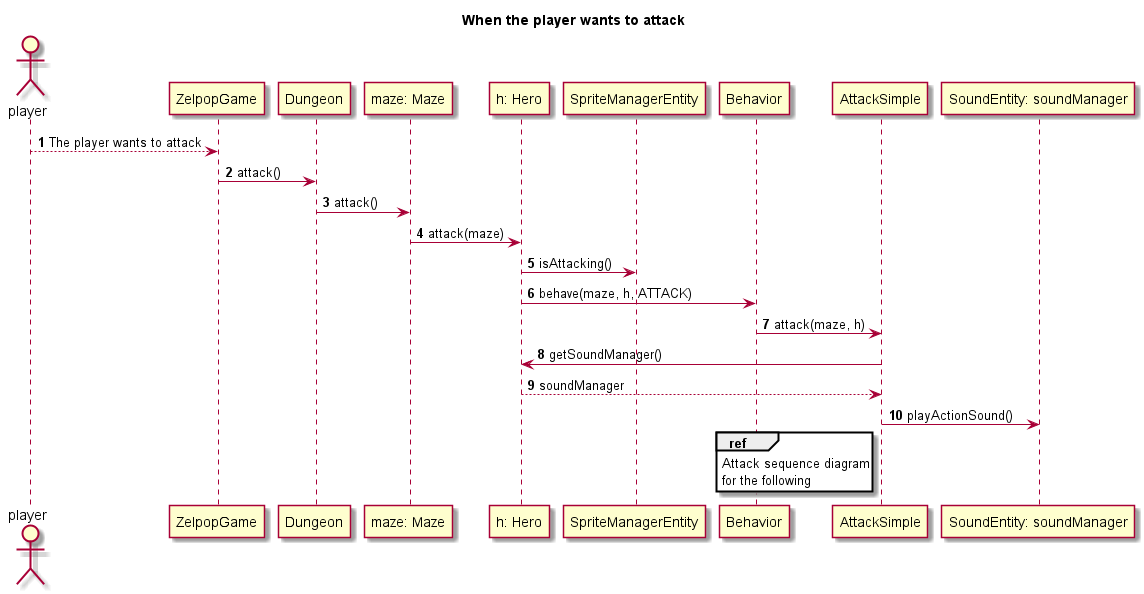
The PlantUML diagram doc/4_sprint/diagrams/sequences/soundWhenAttacking.png in Reynault/ACL_2019_Zelpop, before a commit.
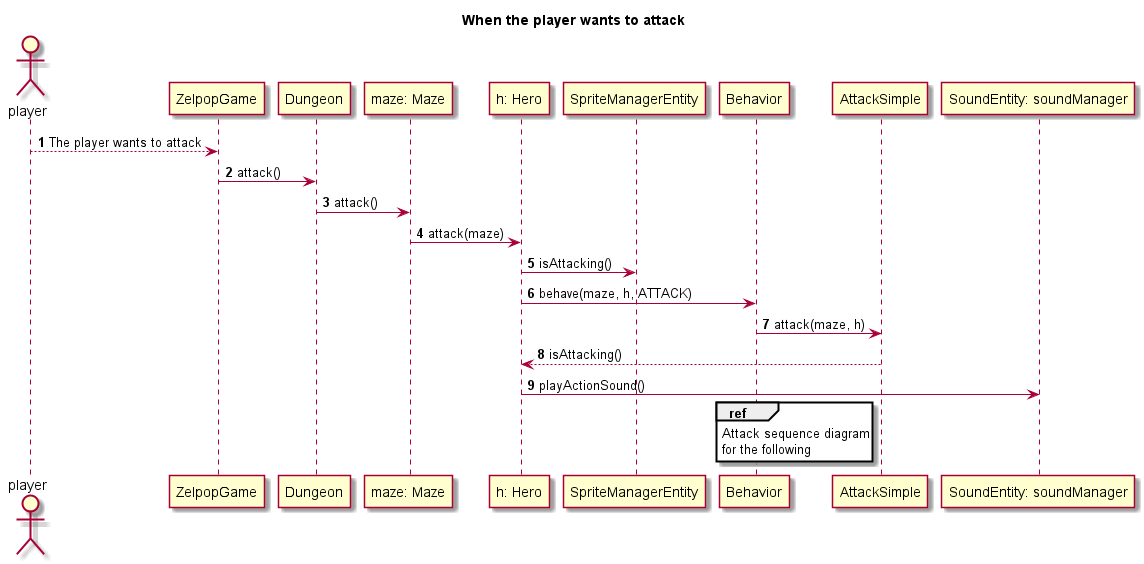
Later version of the same file.

Commit message:
Third sprint: modifying sound conception

Change to the diagram source:
```diff
@@ -29,11 +29,9 @@
 
 b -> as: attack(maze, h)
 
-as -> h: getSoundManager()
+as --> h: isAttacking()
 
-h --> as: soundManager
-
-as -> s: playActionSound()
+h -> s: playActionSound()
 
 ref over b
     Attack sequence diagram
```
